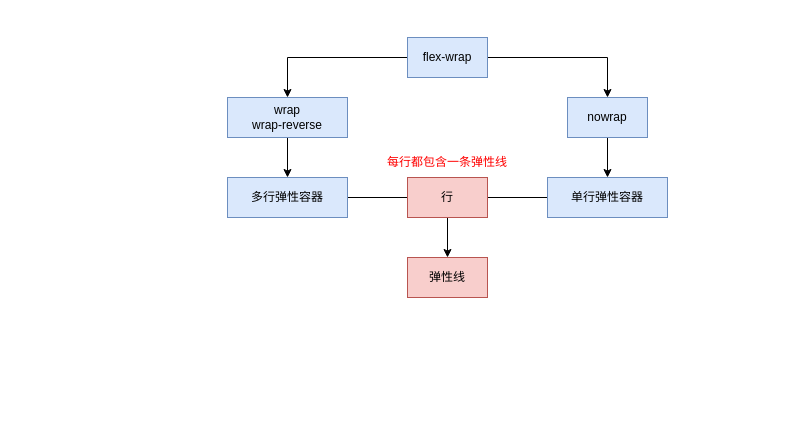
Above: css.drawio in moonlightop/Blog (draw.io), before the change. Source tidied: cells renumbered, new cells numbered last; positions are measured from the earlier drawing's top-left corner, leaving out a move shared by most shapes. Both pictures are drawn from the tidied source at 100%, with x=0, y=0 at pixel (227, 37).
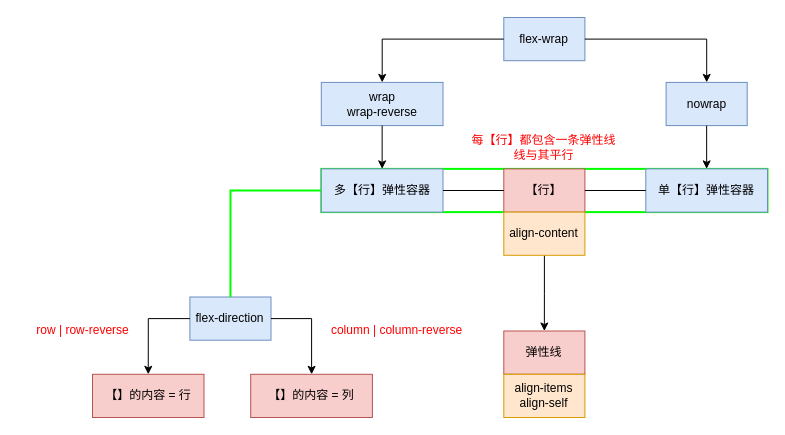
The same diagram, later.

The edit, as a diff of the source:
```diff
@@
+    <mxCell id="17" style="group;" parent="1" vertex="1">
+      <mxGeometry x="-210" y="-20" width="750" height="400" as="geometry" />
+    </mxCell>
+    <mxCell id="18" style="rounded=0;whiteSpace=wrap;html=1;fillColor=none;strokeColor=#00FF00;strokeWidth=2;" parent="17" vertex="1">
+      <mxGeometry x="303.8" y="151.4" width="446.2" height="43.2" as="geometry" />
+    </mxCell>
+    <mxCell id="4" value="flex-wrap" style="rounded=0;whiteSpace=wrap;html=1;fillColor=#dae8fc;strokeColor=#6c8ebf;" parent="17" vertex="1">
+      <mxGeometry x="486.3" width="81.1" height="43.2" as="geometry" />
+    </mxCell>
+    <mxCell id="6" value="nowrap" style="rounded=0;whiteSpace=wrap;html=1;fillColor=#dae8fc;strokeColor=#6c8ebf;" parent="17" vertex="1">
+      <mxGeometry x="648.6" y="64.9" width="81.1" height="43.2" as="geometry" />
+    </mxCell>
-    <mxCell id="2" style="edgeStyle=orthogonalEdgeStyle;rounded=0;jettySize=auto;html=1;" parent="1" edge="1" source="4" target="6">
-      <mxGeometry relative="1" as="geometry" />
+    <mxCell id="2" style="edgeStyle=orthogonalEdgeStyle;rounded=0;jettySize=auto;html=1;" parent="17" edge="1" source="4" target="6">
+      <mxGeometry x="30" as="geometry" />
     </mxCell>
+    <mxCell id="8" value="wrap &lt;br&gt;wrap-reverse" style="rounded=0;whiteSpace=wrap;html=1;fillColor=#dae8fc;strokeColor=#6c8ebf;" parent="17" vertex="1">
+      <mxGeometry x="303.8" y="64.9" width="121.7" height="43.2" as="geometry" />
+    </mxCell>
-    <mxCell id="3" style="edgeStyle=orthogonalEdgeStyle;rounded=0;jettySize=auto;html=1;" parent="1" edge="1" source="4" target="8">
-      <mxGeometry relative="1" as="geometry" />
+    <mxCell id="3" style="edgeStyle=orthogonalEdgeStyle;rounded=0;jettySize=auto;html=1;" parent="17" edge="1" source="4" target="8">
+      <mxGeometry x="30" as="geometry" />
     </mxCell>
-    <mxCell id="4" value="flex-wrap" style="rounded=0;whiteSpace=wrap;html=1;fillColor=#dae8fc;strokeColor=#6c8ebf;" parent="1" vertex="1">
-      <mxGeometry x="180" width="80" height="40" as="geometry" />
-    </mxCell>
+    <mxCell id="10" value="单【行】弹性容器" style="rounded=0;whiteSpace=wrap;html=1;fillColor=#dae8fc;strokeColor=#6c8ebf;" parent="17" vertex="1">
+      <mxGeometry x="628.3" y="151.4" width="121.7" height="43.2" as="geometry" />
+    </mxCell>
-    <mxCell id="5" style="edgeStyle=orthogonalEdgeStyle;rounded=0;jettySize=auto;html=1;" parent="1" edge="1" source="6" target="10">
-      <mxGeometry relative="1" as="geometry" />
+    <mxCell id="5" style="edgeStyle=orthogonalEdgeStyle;rounded=0;jettySize=auto;html=1;" parent="17" edge="1" source="6" target="10">
+      <mxGeometry x="30" as="geometry" />
     </mxCell>
-    <mxCell id="6" value="nowrap" style="rounded=0;whiteSpace=wrap;html=1;fillColor=#dae8fc;strokeColor=#6c8ebf;" parent="1" vertex="1">
-      <mxGeometry x="340" y="60" width="80" height="40" as="geometry" />
-    </mxCell>
+    <mxCell id="12" value="多【行】弹性容器" style="whiteSpace=wrap;html=1;rounded=0;strokeColor=#6c8ebf;fillColor=#dae8fc;" parent="17" vertex="1">
+      <mxGeometry x="303.8" y="151.4" width="121.7" height="43.2" as="geometry" />
+    </mxCell>
-    <mxCell id="7" style="edgeStyle=orthogonalEdgeStyle;rounded=0;jettySize=auto;html=1;" parent="1" edge="1" source="8" target="12">
-      <mxGeometry relative="1" as="geometry" />
+    <mxCell id="7" style="edgeStyle=orthogonalEdgeStyle;rounded=0;jettySize=auto;html=1;" parent="17" edge="1" source="8" target="12">
+      <mxGeometry x="30" as="geometry" />
     </mxCell>
-    <mxCell id="8" value="wrap &lt;br&gt;wrap-reverse" style="rounded=0;whiteSpace=wrap;html=1;fillColor=#dae8fc;strokeColor=#6c8ebf;" parent="1" vertex="1">
-      <mxGeometry y="60" width="120" height="40" as="geometry" />
-    </mxCell>
+    <mxCell id="14" value="【行】" style="whiteSpace=wrap;html=1;rounded=0;strokeColor=#b85450;fillColor=#f8cecc;" parent="17" vertex="1">
+      <mxGeometry x="486.3" y="151.4" width="81.1" height="43.2" as="geometry" />
+    </mxCell>
-    <mxCell id="9" style="edgeStyle=orthogonalEdgeStyle;rounded=0;jettySize=auto;html=1;entryX=1;entryY=0.5;entryDx=0;entryDy=0;endArrow=none;endFill=0;" parent="1" edge="1" source="10" target="14">
-      <mxGeometry relative="1" as="geometry" />
+    <mxCell id="9" style="edgeStyle=orthogonalEdgeStyle;rounded=0;jettySize=auto;html=1;entryX=1;entryY=0.5;entryDx=0;entryDy=0;endArrow=none;endFill=0;" parent="17" edge="1" source="10" target="14">
+      <mxGeometry x="30" as="geometry" />
     </mxCell>
-    <mxCell id="10" value="单行弹性容器" style="rounded=0;whiteSpace=wrap;html=1;fillColor=#dae8fc;strokeColor=#6c8ebf;" parent="1" vertex="1">
-      <mxGeometry x="320" y="140" width="120" height="40" as="geometry" />
-    </mxCell>
-    <mxCell id="11" style="edgeStyle=orthogonalEdgeStyle;rounded=0;jettySize=auto;html=1;entryX=0;entryY=0.5;entryDx=0;entryDy=0;endArrow=none;endFill=0;" parent="1" edge="1" source="12" target="14">
-      <mxGeometry relative="1" as="geometry" />
+    <mxCell id="11" style="edgeStyle=orthogonalEdgeStyle;rounded=0;jettySize=auto;html=1;entryX=0;entryY=0.5;entryDx=0;entryDy=0;endArrow=none;endFill=0;" parent="17" edge="1" source="12" target="14">
+      <mxGeometry x="30" as="geometry" />
     </mxCell>
-    <mxCell id="12" value="多行弹性容器" style="whiteSpace=wrap;html=1;rounded=0;strokeColor=#6c8ebf;fillColor=#dae8fc;" parent="1" vertex="1">
-      <mxGeometry y="140" width="120" height="40" as="geometry" />
-    </mxCell>
-    <mxCell id="13" style="edgeStyle=orthogonalEdgeStyle;rounded=0;jettySize=auto;html=1;entryX=0.5;entryY=0;entryDx=0;entryDy=0;exitX=0.5;exitY=1;exitDx=0;exitDy=0;" parent="1" edge="1" source="14" target="15">
-      <mxGeometry relative="1" as="geometry" />
-    </mxCell>
-    <mxCell id="14" value="行" style="whiteSpace=wrap;html=1;rounded=0;strokeColor=#b85450;fillColor=#f8cecc;" parent="1" vertex="1">
-      <mxGeometry x="180" y="140" width="80" height="40" as="geometry" />
-    </mxCell>
-    <mxCell id="15" value="弹性线" style="whiteSpace=wrap;html=1;rounded=0;strokeColor=#b85450;fillColor=#f8cecc;" parent="1" vertex="1">
-      <mxGeometry x="180" y="220" width="80" height="40" as="geometry" />
+    <mxCell id="15" value="弹性线" style="whiteSpace=wrap;html=1;rounded=0;strokeColor=#b85450;fillColor=#f8cecc;" parent="17" vertex="1">
+      <mxGeometry x="486.3" y="313.5" width="81.1" height="43.2" as="geometry" />
     </mxCell>
-    <mxCell id="16" value="&lt;font color=&quot;#ff0000&quot;&gt;每行都包含一条弹性线&lt;/font&gt;" style="text;html=1;strokeColor=none;fillColor=none;align=center;verticalAlign=middle;whiteSpace=wrap;rounded=0;" parent="1" vertex="1">
-      <mxGeometry x="115" y="110" width="210" height="30" as="geometry" />
+    <mxCell id="16" value="&lt;font color=&quot;#ff0000&quot;&gt;每【行】都包含一条弹性线&lt;br&gt;线与其平行&lt;br&gt;&lt;/font&gt;" style="text;html=1;strokeColor=none;fillColor=none;align=center;verticalAlign=middle;whiteSpace=wrap;rounded=0;" parent="17" vertex="1">
+      <mxGeometry x="420.4" y="108.1" width="213" height="43.2" as="geometry" />
     </mxCell>
+    <mxCell id="19" style="group;" parent="17" vertex="1">
+      <mxGeometry y="270.3" width="454.2" height="129.7" as="geometry" />
+    </mxCell>
+    <mxCell id="20" value="flex-direction" style="rounded=0;whiteSpace=wrap;html=1;fillColor=#dae8fc;strokeColor=#6c8ebf;" parent="19" vertex="1">
+      <mxGeometry x="172.4" y="9.2" width="81.1" height="43.2" as="geometry" />
+    </mxCell>
+    <mxCell id="21" value="【】的内容 = 行" style="rounded=0;whiteSpace=wrap;html=1;fillColor=#f8cecc;strokeColor=#b85450;" parent="19" vertex="1">
+      <mxGeometry x="75" y="86.5" width="111.5" height="43.2" as="geometry" />
+    </mxCell>
+    <mxCell id="22" style="edgeStyle=orthogonalEdgeStyle;rounded=0;jettySize=auto;html=1;entryX=0.5;entryY=0;entryDx=0;entryDy=0;endArrow=classic;endFill=1;exitX=0;exitY=0.5;exitDx=0;exitDy=0;" parent="19" edge="1" source="20" target="21">
+      <mxGeometry relative="1" as="geometry" />
+    </mxCell>
+    <mxCell id="23" value="【】的内容 = 列" style="rounded=0;whiteSpace=wrap;html=1;fillColor=#f8cecc;strokeColor=#b85450;" parent="19" vertex="1">
+      <mxGeometry x="233.2" y="86.5" width="121.7" height="43.2" as="geometry" />
+    </mxCell>
+    <mxCell id="24" style="edgeStyle=orthogonalEdgeStyle;rounded=0;jettySize=auto;html=1;endArrow=classic;endFill=1;exitX=1;exitY=0.5;exitDx=0;exitDy=0;" parent="19" edge="1" source="20" target="23">
+      <mxGeometry relative="1" as="geometry" />
+    </mxCell>
+    <mxCell id="25" value="&lt;font color=&quot;#ff0000&quot;&gt;row | row-reverse&lt;/font&gt;" style="text;html=1;align=center;verticalAlign=middle;strokeColor=none;" parent="19" vertex="1">
+      <mxGeometry x="10.1" y="32.4" width="110" height="20" as="geometry" />
+    </mxCell>
+    <mxCell id="26" value="&lt;font color=&quot;#ff0000&quot;&gt;column | column-reverse&lt;/font&gt;" style="text;html=1;align=center;verticalAlign=middle;strokeColor=none;" parent="19" vertex="1">
+      <mxGeometry x="304.2" y="32.4" width="150" height="20" as="geometry" />
+    </mxCell>
+    <mxCell id="27" style="edgeStyle=orthogonalEdgeStyle;rounded=0;jettySize=auto;html=1;exitX=0;exitY=0.5;exitDx=0;exitDy=0;entryX=0.5;entryY=0;entryDx=0;entryDy=0;endArrow=none;endFill=0;strokeColor=#00FF00;strokeWidth=2;" parent="17" edge="1" source="18" target="20">
+      <mxGeometry x="30" as="geometry" />
+    </mxCell>
+    <mxCell id="28" style="edgeStyle=orthogonalEdgeStyle;rounded=0;jettySize=auto;html=1;entryX=0.5;entryY=0;entryDx=0;entryDy=0;endArrow=classic;endFill=1;strokeWidth=1;" parent="17" edge="1" source="29" target="15">
+      <mxGeometry relative="1" as="geometry" />
+    </mxCell>
+    <mxCell id="29" value="align-content" style="whiteSpace=wrap;html=1;rounded=0;strokeColor=#d79b00;fillColor=#ffe6cc;" parent="17" vertex="1">
+      <mxGeometry x="486.3" y="194.6" width="81.1" height="43.2" as="geometry" />
+    </mxCell>
+    <mxCell id="30" value="align-items&lt;br&gt;align-self" style="whiteSpace=wrap;html=1;rounded=0;strokeColor=#d79b00;fillColor=#ffe6cc;" parent="17" vertex="1">
+      <mxGeometry x="486.3" y="356.8" width="81.1" height="43.2" as="geometry" />
+    </mxCell>
```
